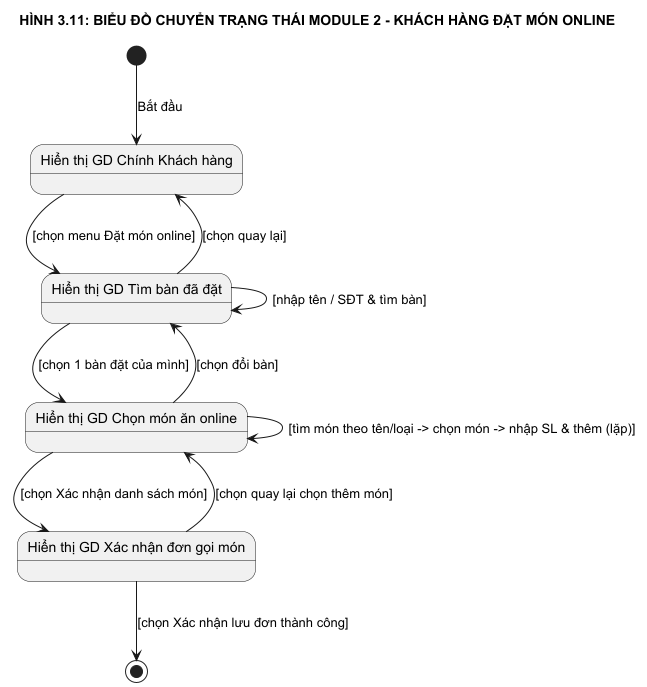
This is docs/diagrams/Analysis_04b_Module2_StateDiagram.png from NEWBIE1005/RMS_RestaurantManagementSystem, a PlantUML export, as it was before one commit. Source of this version:
```plantuml
@startuml Analysis_04b_Module2_StateDiagram
skinparam monochrome true
skinparam shadowing false

title HÌNH 3.11: BIỂU ĐỒ CHUYỂN TRẠNG THÁI MODULE 2 - KHÁCH HÀNG ĐẶT MÓN ONLINE

state "Hiển thị GD Chính Khách hàng" as S1
state "Hiển thị GD Tìm bàn đã đặt" as S2
state "Hiển thị GD Chọn món ăn online" as S3
state "Hiển thị GD Xác nhận đơn gọi món" as S4

[*] --> S1 : Bắt đầu
S1 --> S2 : [chọn menu Đặt món online]
S2 --> S1 : [chọn quay lại]
S2 --> S2 : [nhập tên / SĐT & tìm bàn]
S2 --> S3 : [chọn 1 bàn đặt của mình]
S3 --> S2 : [chọn đổi bàn]
S3 --> S3 : [tìm món theo tên/loại -> chọn món -> nhập SL & thêm (lặp)]
S3 --> S4 : [chọn Xác nhận danh sách món]
S4 --> S3 : [chọn quay lại chọn thêm món]
S4 --> [*] : [chọn Xác nhận lưu đơn thành công]

@enduml
```
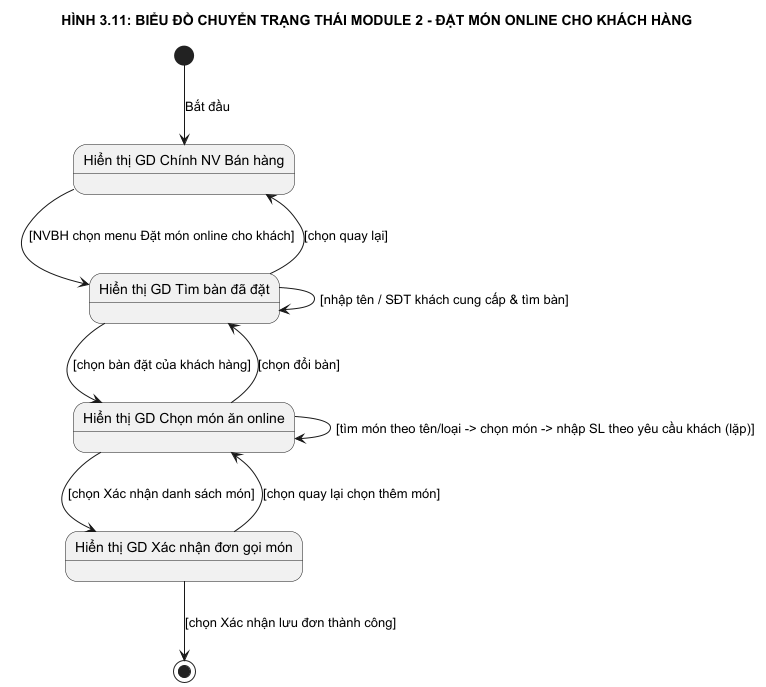
The same diagram one commit later.

What changed in the source:
```diff
@@ -2,20 +2,20 @@
 skinparam monochrome true
 skinparam shadowing false
 
-title HÌNH 3.11: BIỂU ĐỒ CHUYỂN TRẠNG THÁI MODULE 2 - KHÁCH HÀNG ĐẶT MÓN ONLINE
+title HÌNH 3.11: BIỂU ĐỒ CHUYỂN TRẠNG THÁI MODULE 2 - ĐẶT MÓN ONLINE CHO KHÁCH HÀNG
 
-state "Hiển thị GD Chính Khách hàng" as S1
+state "Hiển thị GD Chính NV Bán hàng" as S1
 state "Hiển thị GD Tìm bàn đã đặt" as S2
 state "Hiển thị GD Chọn món ăn online" as S3
 state "Hiển thị GD Xác nhận đơn gọi món" as S4
 
 [*] --> S1 : Bắt đầu
-S1 --> S2 : [chọn menu Đặt món online]
+S1 --> S2 : [NVBH chọn menu Đặt món online cho khách]
 S2 --> S1 : [chọn quay lại]
-S2 --> S2 : [nhập tên / SĐT & tìm bàn]
-S2 --> S3 : [chọn 1 bàn đặt của mình]
+S2 --> S2 : [nhập tên / SĐT khách cung cấp & tìm bàn]
+S2 --> S3 : [chọn bàn đặt của khách hàng]
 S3 --> S2 : [chọn đổi bàn]
-S3 --> S3 : [tìm món theo tên/loại -> chọn món -> nhập SL & thêm (lặp)]
+S3 --> S3 : [tìm món theo tên/loại -> chọn món -> nhập SL theo yêu cầu khách (lặp)]
 S3 --> S4 : [chọn Xác nhận danh sách món]
 S4 --> S3 : [chọn quay lại chọn thêm món]
 S4 --> [*] : [chọn Xác nhận lưu đơn thành công]
```
